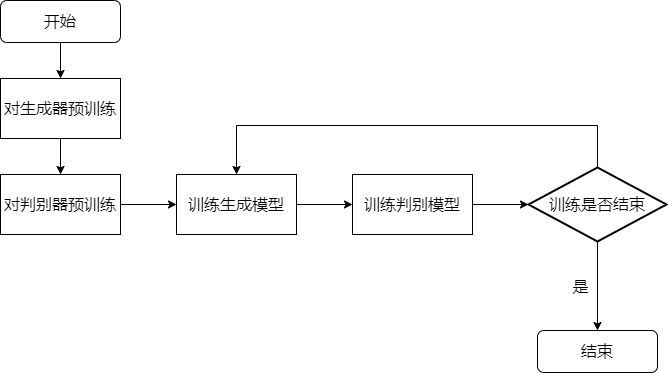
lakomi/pictures keeps this draw.io diagram as seagan-d.drawio.png. Above is the earlier version. Source tidied: cells renumbered, new cells last; positions are measured from the earlier drawing's top-left corner, leaving out a move shared by most shapes.
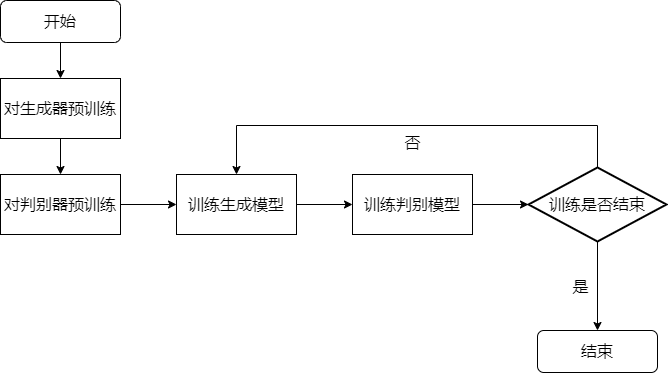
Above is the later version.

Diff of the diagram source:
```diff
@@ -52,5 +52,8 @@
     <mxCell id="16" value="是" style="text;html=1;align=center;verticalAlign=middle;strokeColor=none;fillColor=none;fontSize=16;" parent="1" vertex="1">
       <mxGeometry x="567" y="274" width="26" height="23" as="geometry" />
     </mxCell>
+    <mxCell id="17" value="否" style="text;html=1;align=center;verticalAlign=middle;strokeColor=none;fillColor=none;fontSize=16;" parent="1" vertex="1">
+      <mxGeometry x="399" y="130" width="26" height="23" as="geometry" />
+    </mxCell>
   </root>
 </mxGraphModel>
```
